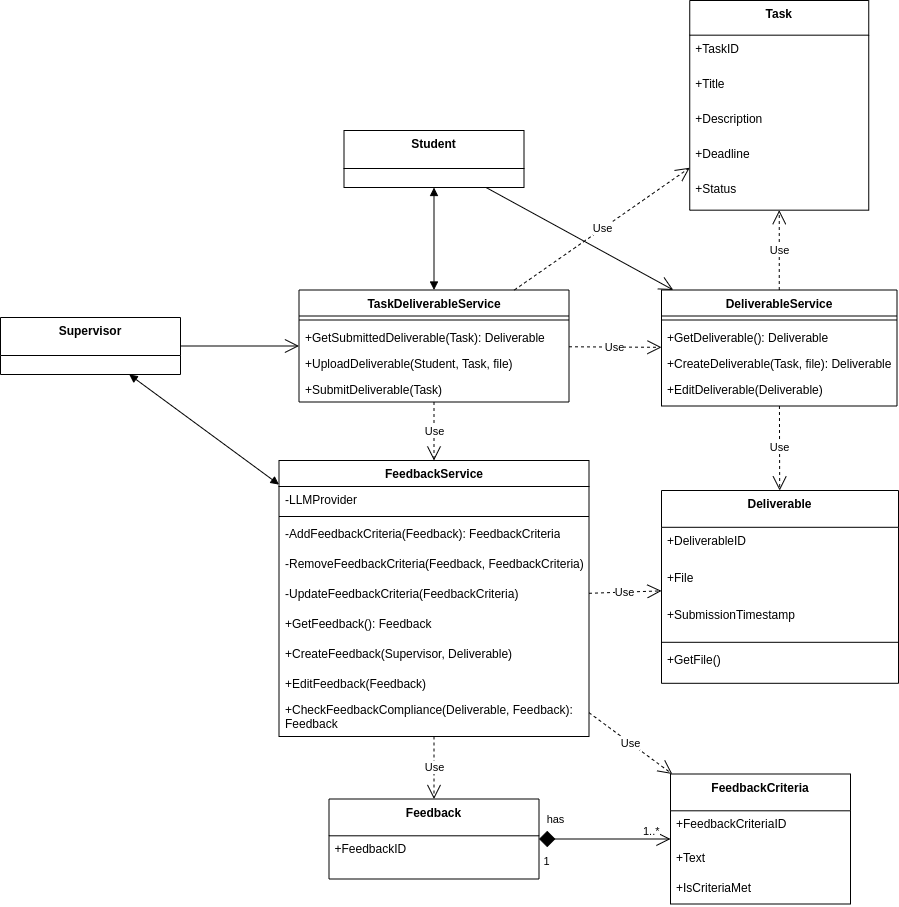
This is UML/Class Diagrams/images/TaskDeliverableService Class Diagram.drawio.png from Beginner50/Dissertation, a draw.io export, as it was before one commit. Source tidied: cells renumbered, new cells last; positions are measured from the earlier drawing's top-left corner, leaving out a move shared by most shapes.
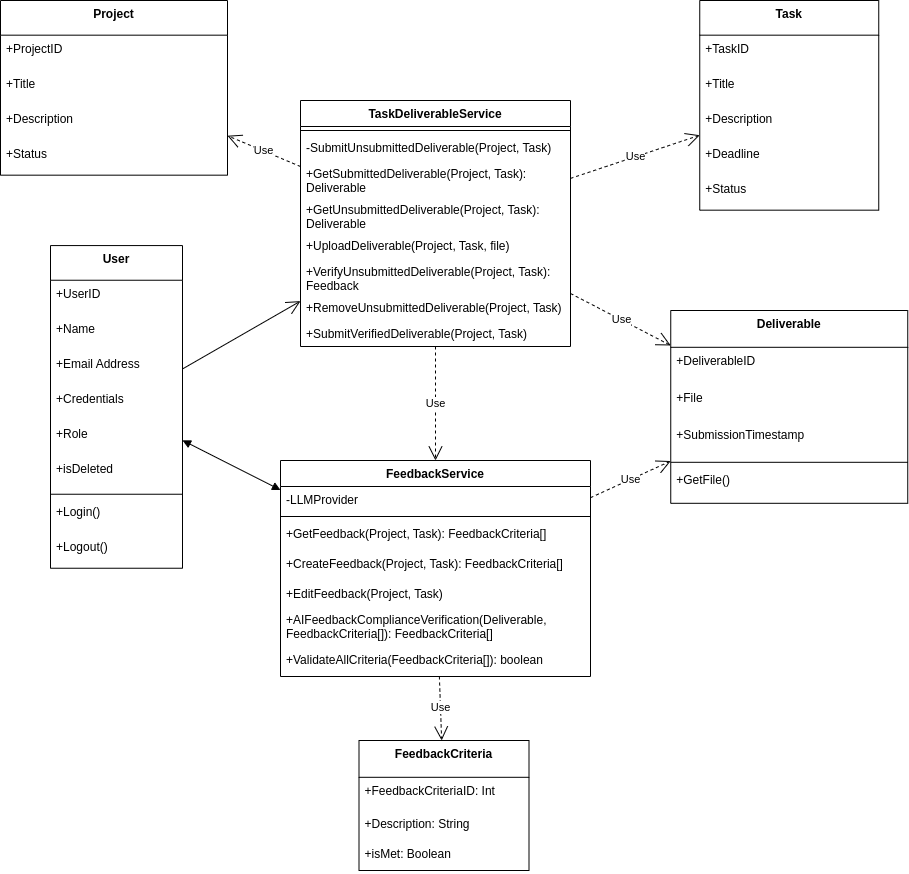
The same diagram one commit later.

Change to the diagram source:
```diff
@@ -4,5 +4,2 @@
     <mxCell id="1" parent="0" />
-    <mxCell id="2" value="Supervisor" style="swimlane;fontStyle=1;align=center;verticalAlign=top;horizontal=1;startSize=38;" parent="1" vertex="1">
-      <mxGeometry y="317" width="180" height="57" as="geometry" />
-    </mxCell>
     <mxCell id="3" value="Task" style="swimlane;fontStyle=1;align=center;verticalAlign=top;horizontal=1;startSize=34.666666666666664;" parent="1" vertex="1">
@@ -25,7 +22,4 @@
     </mxCell>
-    <mxCell id="9" value="Student" style="swimlane;fontStyle=1;align=center;verticalAlign=top;horizontal=1;startSize=38;" parent="1" vertex="1">
-      <mxGeometry x="343.5" y="130" width="180" height="57" as="geometry" />
-    </mxCell>
     <mxCell id="10" value="FeedbackService" style="swimlane;fontStyle=1;align=center;verticalAlign=top;horizontal=1;startSize=26;whiteSpace=wrap;html=1;" parent="1" vertex="1">
-      <mxGeometry x="278.5" y="460" width="310" height="276" as="geometry" />
+      <mxGeometry x="270" y="460" width="310" height="216" as="geometry" />
     </mxCell>
@@ -37,25 +31,19 @@
     </mxCell>
-    <mxCell id="13" value="-AddFeedbackCriteria(Feedback): FeedbackCriteria" style="text;strokeColor=none;fillColor=none;align=left;verticalAlign=top;spacingLeft=4;spacingRight=4;overflow=hidden;whiteSpace=wrap;html=1;" parent="10" vertex="1">
-      <mxGeometry y="60" width="310" height="30" as="geometry" />
-    </mxCell>
-    <mxCell id="14" value="-RemoveFeedbackCriteria(Feedback, FeedbackCriteria)" style="text;strokeColor=none;fillColor=none;align=left;verticalAlign=top;spacingLeft=4;spacingRight=4;overflow=hidden;whiteSpace=wrap;html=1;" parent="10" vertex="1">
-      <mxGeometry y="90" width="310" height="30" as="geometry" />
-    </mxCell>
-    <mxCell id="15" value="-UpdateFeedbackCriteria(FeedbackCriteria)" style="text;strokeColor=none;fillColor=none;align=left;verticalAlign=top;spacingLeft=4;spacingRight=4;overflow=hidden;whiteSpace=wrap;html=1;" parent="10" vertex="1">
-      <mxGeometry y="120" width="310" height="30" as="geometry" />
-    </mxCell>
-    <mxCell id="16" value="+GetFeedback(): Feedback&amp;nbsp;" style="text;strokeColor=none;fillColor=none;align=left;verticalAlign=top;spacingLeft=4;spacingRight=4;overflow=hidden;whiteSpace=wrap;html=1;" parent="10" vertex="1">
-      <mxGeometry y="150" width="310" height="30" as="geometry" />
+    <mxCell id="16" value="+GetFeedback(Project, Task): FeedbackCriteria[]" style="text;strokeColor=none;fillColor=none;align=left;verticalAlign=top;spacingLeft=4;spacingRight=4;overflow=hidden;whiteSpace=wrap;html=1;" parent="10" vertex="1">
+      <mxGeometry y="60" width="310" height="30" as="geometry" />
     </mxCell>
-    <mxCell id="17" value="+CreateFeedback(Supervisor, Deliverable)&amp;nbsp;" style="text;strokeColor=none;fillColor=none;align=left;verticalAlign=top;spacingLeft=4;spacingRight=4;overflow=hidden;whiteSpace=wrap;html=1;" parent="10" vertex="1">
-      <mxGeometry y="180" width="310" height="30" as="geometry" />
+    <mxCell id="17" value="+CreateFeedback(Project, Task): FeedbackCriteria[]" style="text;strokeColor=none;fillColor=none;align=left;verticalAlign=top;spacingLeft=4;spacingRight=4;overflow=hidden;whiteSpace=wrap;html=1;" parent="10" vertex="1">
+      <mxGeometry y="90" width="310" height="30" as="geometry" />
     </mxCell>
-    <mxCell id="18" value="+EditFeedback(Feedback)" style="text;strokeColor=none;fillColor=none;align=left;verticalAlign=top;spacingLeft=4;spacingRight=4;overflow=hidden;whiteSpace=wrap;html=1;" parent="10" vertex="1">
-      <mxGeometry y="210" width="310" height="26" as="geometry" />
+    <mxCell id="18" value="+EditFeedback(Project, Task)" style="text;strokeColor=none;fillColor=none;align=left;verticalAlign=top;spacingLeft=4;spacingRight=4;overflow=hidden;whiteSpace=wrap;html=1;" parent="10" vertex="1">
+      <mxGeometry y="120" width="310" height="26" as="geometry" />
     </mxCell>
-    <mxCell id="19" value="+CheckFeedbackCompliance(Deliverable, Feedback): Feedback" style="text;strokeColor=none;fillColor=none;align=left;verticalAlign=top;spacingLeft=4;spacingRight=4;overflow=hidden;whiteSpace=wrap;html=1;" parent="10" vertex="1">
-      <mxGeometry y="236" width="310" height="40" as="geometry" />
+    <mxCell id="19" value="+AIFeedbackComplianceVerification(Deliverable, FeedbackCriteria[]): FeedbackCriteria[]" style="text;strokeColor=none;fillColor=none;align=left;verticalAlign=top;spacingLeft=4;spacingRight=4;overflow=hidden;whiteSpace=wrap;html=1;" parent="10" vertex="1">
+      <mxGeometry y="146" width="310" height="40" as="geometry" />
     </mxCell>
+    <mxCell id="57" value="+ValidateAllCriteria(FeedbackCriteria[]): boolean&amp;nbsp;" style="text;strokeColor=none;fillColor=none;align=left;verticalAlign=top;spacingLeft=4;spacingRight=4;overflow=hidden;whiteSpace=wrap;html=1;" parent="10" vertex="1">
+      <mxGeometry y="186" width="310" height="30" as="geometry" />
+    </mxCell>
     <mxCell id="20" value="TaskDeliverableService" style="swimlane;fontStyle=1;align=center;verticalAlign=top;horizontal=1;startSize=26;whiteSpace=wrap;html=1;" parent="1" vertex="1">
-      <mxGeometry x="298.5" y="289.5" width="270" height="112" as="geometry" />
+      <mxGeometry x="290" y="100" width="270" height="246" as="geometry" />
     </mxCell>
@@ -64,48 +52,24 @@
     </mxCell>
+    <mxCell id="58" value="-SubmitUnsubmittedDeliverable(Project, Task)&amp;nbsp;" style="text;strokeColor=none;fillColor=none;align=left;verticalAlign=top;spacingLeft=4;spacingRight=4;overflow=hidden;whiteSpace=wrap;html=1;" parent="20" vertex="1">
+      <mxGeometry y="34" width="270" height="26" as="geometry" />
+    </mxCell>
-    <mxCell id="22" value="+GetSubmittedDeliverable(Task): Deliverable" style="text;strokeColor=none;fillColor=none;align=left;verticalAlign=top;spacingLeft=4;spacingRight=4;overflow=hidden;whiteSpace=wrap;html=1;" parent="20" vertex="1">
-      <mxGeometry y="34" width="270" height="26" as="geometry" />
+    <mxCell id="22" value="+GetSubmittedDeliverable(Project, Task): Deliverable" style="text;strokeColor=none;fillColor=none;align=left;verticalAlign=top;spacingLeft=4;spacingRight=4;overflow=hidden;whiteSpace=wrap;html=1;" parent="20" vertex="1">
+      <mxGeometry y="60" width="270" height="36" as="geometry" />
     </mxCell>
+    <mxCell id="59" value="+GetUnsubmittedDeliverable(Project, Task): Deliverable" style="text;strokeColor=none;fillColor=none;align=left;verticalAlign=top;spacingLeft=4;spacingRight=4;overflow=hidden;whiteSpace=wrap;html=1;" parent="20" vertex="1">
+      <mxGeometry y="96" width="270" height="36" as="geometry" />
+    </mxCell>
-    <mxCell id="23" value="+UploadDeliverable(Student, Task, file)&amp;nbsp;" style="text;strokeColor=none;fillColor=none;align=left;verticalAlign=top;spacingLeft=4;spacingRight=4;overflow=hidden;whiteSpace=wrap;html=1;" parent="20" vertex="1">
-      <mxGeometry y="60" width="270" height="26" as="geometry" />
+    <mxCell id="23" value="+UploadDeliverable(Project, Task, file)&amp;nbsp;" style="text;strokeColor=none;fillColor=none;align=left;verticalAlign=top;spacingLeft=4;spacingRight=4;overflow=hidden;whiteSpace=wrap;html=1;" parent="20" vertex="1">
+      <mxGeometry y="132" width="270" height="26" as="geometry" />
     </mxCell>
+    <mxCell id="60" value="+VerifyUnsubmittedDeliverable(Project, Task): Feedback" style="text;strokeColor=none;fillColor=none;align=left;verticalAlign=top;spacingLeft=4;spacingRight=4;overflow=hidden;whiteSpace=wrap;html=1;" parent="20" vertex="1">
+      <mxGeometry y="158" width="270" height="36" as="geometry" />
+    </mxCell>
+    <mxCell id="61" value="+RemoveUnsubmittedDeliverable(Project, Task)&amp;nbsp;" style="text;strokeColor=none;fillColor=none;align=left;verticalAlign=top;spacingLeft=4;spacingRight=4;overflow=hidden;whiteSpace=wrap;html=1;" parent="20" vertex="1">
+      <mxGeometry y="194" width="270" height="26" as="geometry" />
+    </mxCell>
-    <mxCell id="24" value="+SubmitDeliverable(Task)&amp;nbsp;" style="text;strokeColor=none;fillColor=none;align=left;verticalAlign=top;spacingLeft=4;spacingRight=4;overflow=hidden;whiteSpace=wrap;html=1;" parent="20" vertex="1">
-      <mxGeometry y="86" width="270" height="26" as="geometry" />
+    <mxCell id="24" value="+SubmitVerifiedDeliverable(Project, Task)&amp;nbsp;" style="text;strokeColor=none;fillColor=none;align=left;verticalAlign=top;spacingLeft=4;spacingRight=4;overflow=hidden;whiteSpace=wrap;html=1;" parent="20" vertex="1">
+      <mxGeometry y="220" width="270" height="26" as="geometry" />
     </mxCell>
-    <mxCell id="25" value="Feedback" style="swimlane;fontStyle=1;align=center;verticalAlign=top;horizontal=1;startSize=36.8;" parent="1" vertex="1">
-      <mxGeometry x="328.5" y="798.5" width="210" height="80" as="geometry" />
-    </mxCell>
-    <mxCell id="26" value="+FeedbackID" style="text;strokeColor=none;fillColor=none;align=left;verticalAlign=top;spacingLeft=4;spacingRight=4;overflow=hidden;" parent="25" vertex="1">
-      <mxGeometry y="36.8" width="210" height="43.2" as="geometry" />
-    </mxCell>
-    <mxCell id="27" value="FeedbackCriteria" style="swimlane;fontStyle=1;align=center;verticalAlign=top;horizontal=1;startSize=36.8;" parent="1" vertex="1">
-      <mxGeometry x="670" y="773.5" width="180" height="130" as="geometry" />
-    </mxCell>
-    <mxCell id="28" value="+FeedbackCriteriaID" style="text;strokeColor=none;fillColor=none;align=left;verticalAlign=top;spacingLeft=4;spacingRight=4;overflow=hidden;" parent="27" vertex="1">
-      <mxGeometry y="36.8" width="180" height="33.2" as="geometry" />
-    </mxCell>
-    <mxCell id="29" value="+Text" style="text;strokeColor=none;fillColor=none;align=left;verticalAlign=top;spacingLeft=4;spacingRight=4;overflow=hidden;" parent="27" vertex="1">
-      <mxGeometry y="70" width="180" height="30" as="geometry" />
-    </mxCell>
-    <mxCell id="30" value="+IsCriteriaMet" style="text;strokeColor=none;fillColor=none;align=left;verticalAlign=top;spacingLeft=4;spacingRight=4;overflow=hidden;" parent="27" vertex="1">
-      <mxGeometry y="100" width="180" height="30" as="geometry" />
-    </mxCell>
-    <mxCell id="31" value="has" style="endArrow=open;html=1;endSize=12;startArrow=diamond;startSize=14;startFill=1;edgeStyle=orthogonalEdgeStyle;rounded=0;" parent="1" edge="1" source="25" target="27">
-      <mxGeometry x="-0.75" y="20" relative="1" as="geometry">
-        <Array as="points">
-          <mxPoint x="520" y="838.5" />
-          <mxPoint x="520" y="838.5" />
-        </Array>
-      </mxGeometry>
-    </mxCell>
-    <mxCell id="32" value="1" style="edgeLabel;html=1;align=center;verticalAlign=bottom;labelPosition=center;verticalLabelPosition=top;" parent="31" vertex="1">
-      <mxGeometry x="-1" relative="1" as="geometry">
-        <mxPoint x="7" y="30" as="offset" />
-      </mxGeometry>
-    </mxCell>
-    <mxCell id="33" value="1..*" style="edgeLabel;html=1;align=left;verticalAlign=bottom;labelPosition=right;verticalLabelPosition=top;" parent="31" vertex="1">
-      <mxGeometry x="1" relative="1" as="geometry">
-        <mxPoint x="-30" as="offset" />
-      </mxGeometry>
-    </mxCell>
-    <mxCell id="34" value="Use" style="endArrow=open;endSize=12;dashed=1;html=1;rounded=0;labelBackgroundColor=default;strokeColor=default;fontFamily=Helvetica;fontSize=11;fontColor=default;shape=connector;" parent="1" edge="1" source="10" target="25">
+    <mxCell id="34" value="Use" style="endArrow=open;endSize=12;dashed=1;html=1;rounded=0;labelBackgroundColor=default;strokeColor=default;fontFamily=Helvetica;fontSize=11;fontColor=default;shape=connector;" parent="1" edge="1" source="10" target="27">
       <mxGeometry relative="1" as="geometry" />
@@ -116,3 +80,3 @@
     <mxCell id="36" value="Deliverable" style="swimlane;fontStyle=1;align=center;verticalAlign=top;horizontal=1;startSize=36.8;" parent="1" vertex="1">
-      <mxGeometry x="661" y="490" width="237" height="192.8" as="geometry" />
+      <mxGeometry x="660.2" y="310" width="237" height="192.8" as="geometry" />
     </mxCell>
@@ -133,5 +97,2 @@
     </mxCell>
-    <mxCell id="42" value="Use" style="endArrow=open;endSize=12;dashed=1;html=1;rounded=0;" parent="1" edge="1" source="45" target="36">
-      <mxGeometry relative="1" as="geometry" />
-    </mxCell>
     <mxCell id="43" value="Use" style="endArrow=open;endSize=12;dashed=1;html=1;rounded=0;labelBackgroundColor=default;strokeColor=default;fontFamily=Helvetica;fontSize=11;fontColor=default;shape=connector;" parent="1" edge="1" source="10" target="36">
@@ -142,38 +103,71 @@
     </mxCell>
-    <mxCell id="45" value="DeliverableService" style="swimlane;fontStyle=1;align=center;verticalAlign=top;horizontal=1;startSize=26;whiteSpace=wrap;html=1;" parent="1" vertex="1">
-      <mxGeometry x="661" y="289.5" width="235.5" height="116" as="geometry" />
-    </mxCell>
-    <mxCell id="46" style="line;strokeWidth=1;fillColor=none;align=left;verticalAlign=middle;spacingTop=-1;spacingLeft=3;spacingRight=3;labelPosition=right;strokeColor=inherit;" parent="45" vertex="1">
-      <mxGeometry y="26" width="235.5" height="8" as="geometry" />
-    </mxCell>
-    <mxCell id="47" value="+GetDeliverable(): Deliverable" style="text;strokeColor=none;fillColor=none;align=left;verticalAlign=top;spacingLeft=4;spacingRight=4;overflow=hidden;whiteSpace=wrap;html=1;" parent="45" vertex="1">
-      <mxGeometry y="34" width="235.5" height="26" as="geometry" />
-    </mxCell>
-    <mxCell id="48" value="+CreateDeliverable(Task, file): Deliverable" style="text;strokeColor=none;fillColor=none;align=left;verticalAlign=top;spacingLeft=4;spacingRight=4;overflow=hidden;whiteSpace=wrap;html=1;" parent="45" vertex="1">
-      <mxGeometry y="60" width="235.5" height="26" as="geometry" />
-    </mxCell>
-    <mxCell id="49" value="+EditDeliverable(Deliverable)" style="text;strokeColor=none;fillColor=none;align=left;verticalAlign=top;spacingLeft=4;spacingRight=4;overflow=hidden;whiteSpace=wrap;html=1;" parent="45" vertex="1">
-      <mxGeometry y="86" width="235.5" height="30" as="geometry" />
-    </mxCell>
-    <mxCell id="50" value="Use" style="endArrow=open;endSize=12;dashed=1;html=1;rounded=0;" parent="1" edge="1" source="20" target="45">
+    <mxCell id="50" value="Use" style="endArrow=open;endSize=12;dashed=1;html=1;rounded=0;" parent="1" edge="1" source="20" target="36">
       <mxGeometry relative="1" as="geometry" />
     </mxCell>
-    <mxCell id="51" value="Use" style="endArrow=open;endSize=12;dashed=1;html=1;rounded=0;" parent="1" edge="1" source="45" target="3">
-      <mxGeometry relative="1" as="geometry" />
-    </mxCell>
-    <mxCell id="52" style="endArrow=open;endFill=1;endSize=12;html=1;rounded=0;labelBackgroundColor=default;strokeColor=default;fontFamily=Helvetica;fontSize=11;fontColor=default;shape=connector;" parent="1" edge="1" source="9" target="45">
-      <mxGeometry relative="1" as="geometry" />
-    </mxCell>
-    <mxCell id="53" style="endArrow=open;endFill=1;endSize=12;html=1;rounded=0;labelBackgroundColor=default;strokeColor=default;fontFamily=Helvetica;fontSize=11;fontColor=default;shape=connector;" parent="1" edge="1" source="2" target="20">
+    <mxCell id="53" style="endArrow=open;endFill=1;endSize=12;html=1;rounded=0;labelBackgroundColor=default;strokeColor=default;fontFamily=Helvetica;fontSize=11;fontColor=default;shape=connector;" parent="1" edge="1" source="62" target="20">
       <mxGeometry relative="1" as="geometry" />
     </mxCell>
-    <mxCell id="54" style="endArrow=block;startArrow=block;endFill=1;startFill=1;html=1;rounded=0;" parent="1" edge="1" source="9" target="20">
-      <mxGeometry relative="1" as="geometry" />
-    </mxCell>
-    <mxCell id="55" style="endArrow=block;startArrow=block;endFill=1;startFill=1;html=1;rounded=0;" parent="1" edge="1" source="2" target="10">
+    <mxCell id="55" style="endArrow=block;startArrow=block;endFill=1;startFill=1;html=1;rounded=0;" parent="1" edge="1" source="62" target="10">
       <mxGeometry relative="1" as="geometry" />
     </mxCell>
-    <mxCell id="56" value="Use" style="endArrow=open;endSize=12;dashed=1;html=1;rounded=0;labelBackgroundColor=default;strokeColor=default;fontFamily=Helvetica;fontSize=11;fontColor=default;shape=connector;" parent="1" edge="1" source="10" target="27">
-      <mxGeometry relative="1" as="geometry" />
-    </mxCell>
+    <mxCell id="62" value="User" style="swimlane;fontStyle=1;align=center;verticalAlign=top;horizontal=1;startSize=34.666666666666664;" parent="1" vertex="1">
+      <mxGeometry x="40" y="245.1" width="132" height="322.7" as="geometry" />
+    </mxCell>
+    <mxCell id="63" value="+UserID" style="text;strokeColor=none;fillColor=none;align=left;verticalAlign=top;spacingLeft=4;spacingRight=4;overflow=hidden;" parent="62" vertex="1">
+      <mxGeometry y="34.7" width="132" height="35" as="geometry" />
+    </mxCell>
+    <mxCell id="64" value="+Name" style="text;strokeColor=none;fillColor=none;align=left;verticalAlign=top;spacingLeft=4;spacingRight=4;overflow=hidden;" parent="62" vertex="1">
+      <mxGeometry y="69.7" width="132" height="35" as="geometry" />
+    </mxCell>
+    <mxCell id="65" value="+Email Address" style="text;strokeColor=none;fillColor=none;align=left;verticalAlign=top;spacingLeft=4;spacingRight=4;overflow=hidden;" parent="62" vertex="1">
+      <mxGeometry y="104.7" width="132" height="35" as="geometry" />
+    </mxCell>
+    <mxCell id="66" value="+Credentials" style="text;strokeColor=none;fillColor=none;align=left;verticalAlign=top;spacingLeft=4;spacingRight=4;overflow=hidden;" parent="62" vertex="1">
+      <mxGeometry y="139.7" width="132" height="35" as="geometry" />
+    </mxCell>
+    <mxCell id="67" value="+Role" style="text;strokeColor=none;fillColor=none;align=left;verticalAlign=top;spacingLeft=4;spacingRight=4;overflow=hidden;" parent="62" vertex="1">
+      <mxGeometry y="174.7" width="132" height="35" as="geometry" />
+    </mxCell>
+    <mxCell id="68" value="+isDeleted" style="text;strokeColor=none;fillColor=none;align=left;verticalAlign=top;spacingLeft=4;spacingRight=4;overflow=hidden;" parent="62" vertex="1">
+      <mxGeometry y="209.7" width="132" height="35" as="geometry" />
+    </mxCell>
+    <mxCell id="69" style="line;strokeWidth=1;fillColor=none;align=left;verticalAlign=middle;spacingTop=-1;spacingLeft=3;spacingRight=3;labelPosition=right;strokeColor=inherit;" parent="62" vertex="1">
+      <mxGeometry y="244.7" width="132" height="8" as="geometry" />
+    </mxCell>
+    <mxCell id="70" value="+Login()" style="text;strokeColor=none;fillColor=none;align=left;verticalAlign=top;spacingLeft=4;spacingRight=4;overflow=hidden;" parent="62" vertex="1">
+      <mxGeometry y="252.7" width="132" height="35" as="geometry" />
+    </mxCell>
+    <mxCell id="71" value="+Logout()" style="text;strokeColor=none;fillColor=none;align=left;verticalAlign=top;spacingLeft=4;spacingRight=4;overflow=hidden;" parent="62" vertex="1">
+      <mxGeometry y="287.7" width="132" height="35" as="geometry" />
+    </mxCell>
+    <mxCell id="72" value="Project" style="swimlane;fontStyle=1;align=center;verticalAlign=top;horizontal=1;startSize=34.666666666666664;" parent="1" vertex="1">
+      <mxGeometry x="-10" width="227" height="174.7" as="geometry" />
+    </mxCell>
+    <mxCell id="73" value="+ProjectID" style="text;strokeColor=none;fillColor=none;align=left;verticalAlign=top;spacingLeft=4;spacingRight=4;overflow=hidden;" parent="72" vertex="1">
+      <mxGeometry y="34.7" width="227" height="35" as="geometry" />
+    </mxCell>
+    <mxCell id="74" value="+Title" style="text;strokeColor=none;fillColor=none;align=left;verticalAlign=top;spacingLeft=4;spacingRight=4;overflow=hidden;" parent="72" vertex="1">
+      <mxGeometry y="69.7" width="227" height="35" as="geometry" />
+    </mxCell>
+    <mxCell id="75" value="+Description" style="text;strokeColor=none;fillColor=none;align=left;verticalAlign=top;spacingLeft=4;spacingRight=4;overflow=hidden;" parent="72" vertex="1">
+      <mxGeometry y="104.7" width="227" height="35" as="geometry" />
+    </mxCell>
+    <mxCell id="76" value="+Status" style="text;strokeColor=none;fillColor=none;align=left;verticalAlign=top;spacingLeft=4;spacingRight=4;overflow=hidden;" parent="72" vertex="1">
+      <mxGeometry y="139.7" width="227" height="35" as="geometry" />
+    </mxCell>
+    <mxCell id="77" value="Use" style="endArrow=open;endSize=12;dashed=1;html=1;rounded=0;" parent="1" edge="1" source="20" target="72">
+      <mxGeometry relative="1" as="geometry" />
+    </mxCell>
+    <mxCell id="27" value="FeedbackCriteria" style="swimlane;fontStyle=1;align=center;verticalAlign=top;horizontal=1;startSize=36.8;" parent="1" vertex="1">
+      <mxGeometry x="348.5" y="740" width="170" height="130" as="geometry" />
+    </mxCell>
+    <mxCell id="78" value="+FeedbackCriteriaID: Int" style="text;strokeColor=none;fillColor=none;align=left;verticalAlign=top;spacingLeft=4;spacingRight=4;overflow=hidden;" parent="27" vertex="1">
+      <mxGeometry y="36.8" width="170" height="33.2" as="geometry" />
+    </mxCell>
+    <mxCell id="79" value="+Description: String" style="text;strokeColor=none;fillColor=none;align=left;verticalAlign=top;spacingLeft=4;spacingRight=4;overflow=hidden;" parent="27" vertex="1">
+      <mxGeometry y="70" width="170" height="30" as="geometry" />
+    </mxCell>
+    <mxCell id="80" value="+isMet: Boolean" style="text;strokeColor=none;fillColor=none;align=left;verticalAlign=top;spacingLeft=4;spacingRight=4;overflow=hidden;" parent="27" vertex="1">
+      <mxGeometry y="100" width="170" height="30" as="geometry" />
+    </mxCell>
   </root>
```
